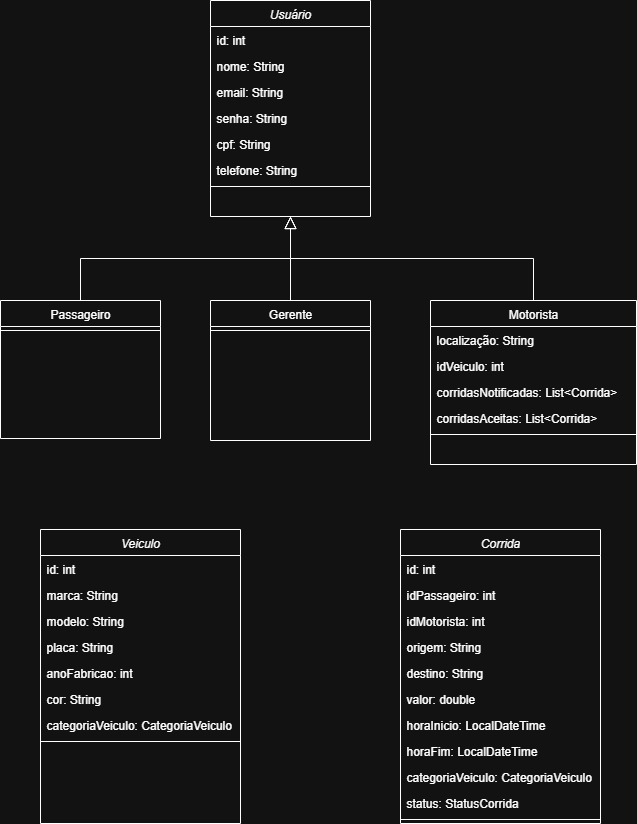
Earlier version of the draw.io export documentação/DiagramaClasse.drawio.png (LucasnProg/UberPB). Source tidied: cells renumbered, new cells last; positions are measured from the earlier drawing's top-left corner, leaving out a move shared by most shapes.
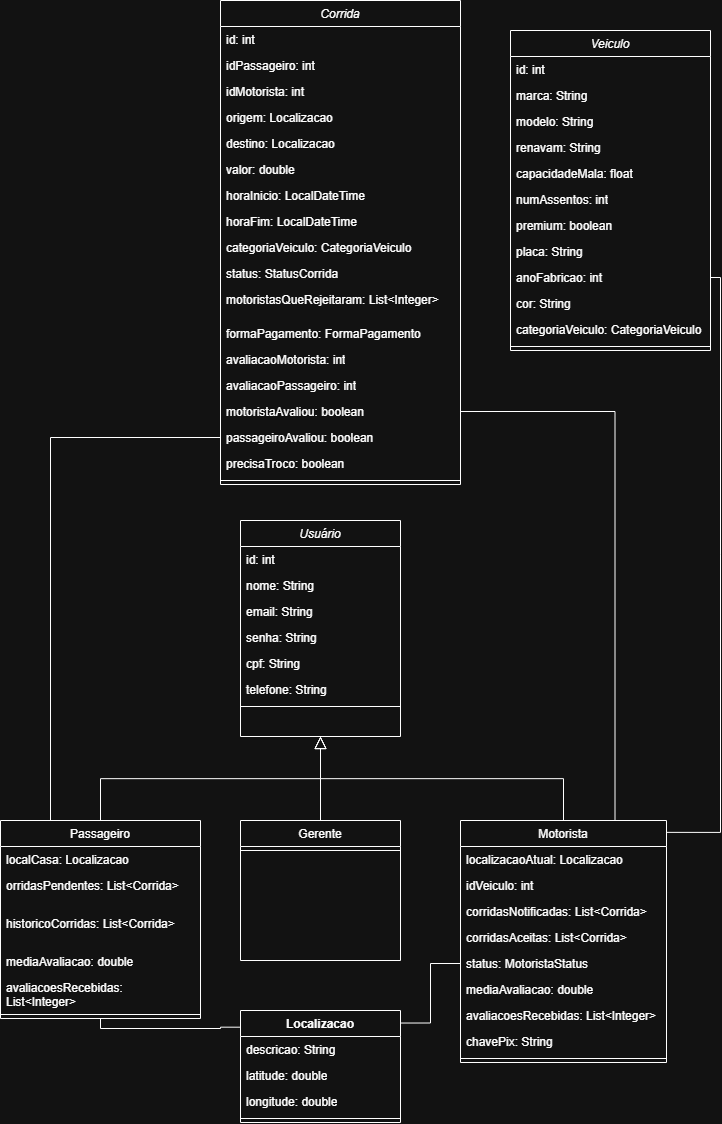
The same file after the commit.

What changed in the source:
```diff
@@ -3,7 +3,7 @@
     <mxCell id="0" />
     <mxCell id="1" parent="0" />
     <mxCell id="2" value="Usuário" style="swimlane;fontStyle=2;align=center;verticalAlign=top;horizontal=1;startSize=26;rounded=0;shadow=0;strokeWidth=1;" parent="1" vertex="1">
-      <mxGeometry x="210" width="160" height="216" as="geometry" />
+      <mxGeometry x="210" y="439" width="160" height="216" as="geometry" />
     </mxCell>
     <mxCell id="3" value="id: int" style="text;align=left;verticalAlign=top;spacingLeft=4;spacingRight=4;overflow=hidden;" parent="2" vertex="1">
       <mxGeometry y="26" width="160" height="26" as="geometry" />
@@ -27,18 +27,33 @@
       <mxGeometry y="182" width="160" height="8" as="geometry" />
     </mxCell>
     <mxCell id="10" value="Passageiro" style="swimlane;fontStyle=0;align=center;verticalAlign=top;horizontal=1;startSize=26;rounded=0;shadow=0;strokeWidth=1;" parent="1" vertex="1">
-      <mxGeometry y="300" width="160" height="138" as="geometry" />
+      <mxGeometry x="-30" y="739" width="200" height="198" as="geometry" />
     </mxCell>
+    <mxCell id="44" value="localCasa: Localizacao" style="text;strokeColor=none;fillColor=none;align=left;verticalAlign=top;spacingLeft=4;spacingRight=4;overflow=hidden;whiteSpace=wrap;html=1;" parent="10" vertex="1">
+      <mxGeometry y="26" width="200" height="26" as="geometry" />
+    </mxCell>
+    <mxCell id="45" value="orridasPendentes: List&amp;lt;Corrida&amp;gt;" style="text;strokeColor=none;fillColor=none;align=left;verticalAlign=top;spacingLeft=4;spacingRight=4;overflow=hidden;whiteSpace=wrap;html=1;" parent="10" vertex="1">
+      <mxGeometry y="52" width="200" height="38" as="geometry" />
+    </mxCell>
+    <mxCell id="46" value="historicoCorridas: List&amp;lt;Corrida&amp;gt;&lt;div&gt;&lt;br&gt;&lt;/div&gt;" style="text;strokeColor=none;fillColor=none;align=left;verticalAlign=top;spacingLeft=4;spacingRight=4;overflow=hidden;whiteSpace=wrap;html=1;" parent="10" vertex="1">
+      <mxGeometry y="90" width="200" height="38" as="geometry" />
+    </mxCell>
+    <mxCell id="47" value="mediaAvaliacao: double" style="text;strokeColor=none;fillColor=none;align=left;verticalAlign=top;spacingLeft=4;spacingRight=4;overflow=hidden;whiteSpace=wrap;html=1;" parent="10" vertex="1">
+      <mxGeometry y="128" width="200" height="26" as="geometry" />
+    </mxCell>
+    <mxCell id="48" value="avaliacoesRecebidas: List&amp;lt;Integer&amp;gt;" style="text;strokeColor=none;fillColor=none;align=left;verticalAlign=top;spacingLeft=4;spacingRight=4;overflow=hidden;whiteSpace=wrap;html=1;" parent="10" vertex="1">
+      <mxGeometry y="154" width="200" height="36" as="geometry" />
+    </mxCell>
     <mxCell id="11" style="line;html=1;strokeWidth=1;align=left;verticalAlign=middle;spacingTop=-1;spacingLeft=3;spacingRight=3;labelPosition=right;" parent="10" vertex="1">
-      <mxGeometry y="26" width="160" height="8" as="geometry" />
+      <mxGeometry y="190" width="200" height="8" as="geometry" />
     </mxCell>
     <mxCell id="12" style="endArrow=block;endSize=10;endFill=0;shadow=0;strokeWidth=1;rounded=0;curved=0;edgeStyle=elbowEdgeStyle;elbow=vertical;" parent="1" edge="1" source="10" target="2">
       <mxGeometry relative="1" as="geometry" />
     </mxCell>
     <mxCell id="13" value="Motorista" style="swimlane;fontStyle=0;align=center;verticalAlign=top;horizontal=1;startSize=26;rounded=0;shadow=0;strokeWidth=1;" parent="1" vertex="1">
-      <mxGeometry x="430" y="300" width="206" height="164" as="geometry" />
+      <mxGeometry x="430" y="739" width="206" height="242" as="geometry" />
     </mxCell>
-    <mxCell id="14" value="localização: String" style="text;align=left;verticalAlign=top;spacingLeft=4;spacingRight=4;overflow=hidden;" parent="13" vertex="1">
+    <mxCell id="14" value="localizacaoAtual: Localizacao" style="text;align=left;verticalAlign=top;spacingLeft=4;spacingRight=4;overflow=hidden;" parent="13" vertex="1">
       <mxGeometry y="26" width="206" height="26" as="geometry" />
     </mxCell>
     <mxCell id="15" value="idVeiculo: int" style="text;align=left;verticalAlign=top;spacingLeft=4;spacingRight=4;overflow=hidden;" parent="13" vertex="1">
@@ -50,14 +65,26 @@
     <mxCell id="17" value="corridasAceitas: List&lt;Corrida&gt;" style="text;align=left;verticalAlign=top;spacingLeft=4;spacingRight=4;overflow=hidden;" parent="13" vertex="1">
       <mxGeometry y="104" width="206" height="26" as="geometry" />
     </mxCell>
+    <mxCell id="49" value="status: MotoristaStatus" style="text;strokeColor=none;fillColor=none;align=left;verticalAlign=top;spacingLeft=4;spacingRight=4;overflow=hidden;points=[[0,0.5],[1,0.5]];portConstraint=eastwest;whiteSpace=wrap;html=1;" parent="13" vertex="1">
+      <mxGeometry y="130" width="206" height="26" as="geometry" />
+    </mxCell>
+    <mxCell id="50" value="mediaAvaliacao: double" style="text;strokeColor=none;fillColor=none;align=left;verticalAlign=top;spacingLeft=4;spacingRight=4;overflow=hidden;whiteSpace=wrap;html=1;" parent="13" vertex="1">
+      <mxGeometry y="156" width="206" height="26" as="geometry" />
+    </mxCell>
+    <mxCell id="51" value="avaliacoesRecebidas: List&amp;lt;Integer&amp;gt;" style="text;strokeColor=none;fillColor=none;align=left;verticalAlign=top;spacingLeft=4;spacingRight=4;overflow=hidden;whiteSpace=wrap;html=1;" parent="13" vertex="1">
+      <mxGeometry y="182" width="206" height="26" as="geometry" />
+    </mxCell>
+    <mxCell id="52" value="chavePix: String" style="text;strokeColor=none;fillColor=none;align=left;verticalAlign=top;spacingLeft=4;spacingRight=4;overflow=hidden;whiteSpace=wrap;html=1;" parent="13" vertex="1">
+      <mxGeometry y="208" width="206" height="26" as="geometry" />
+    </mxCell>
     <mxCell id="18" style="line;html=1;strokeWidth=1;align=left;verticalAlign=middle;spacingTop=-1;spacingLeft=3;spacingRight=3;labelPosition=right;" parent="13" vertex="1">
-      <mxGeometry y="130" width="206" height="8" as="geometry" />
+      <mxGeometry y="234" width="206" height="8" as="geometry" />
     </mxCell>
     <mxCell id="19" style="endArrow=block;endSize=10;endFill=0;shadow=0;strokeWidth=1;rounded=0;curved=0;edgeStyle=elbowEdgeStyle;elbow=vertical;" parent="1" edge="1" source="13" target="2">
       <mxGeometry relative="1" as="geometry" />
     </mxCell>
     <mxCell id="20" value="Gerente" style="swimlane;fontStyle=0;align=center;verticalAlign=top;horizontal=1;startSize=26;rounded=0;shadow=0;strokeWidth=1;" parent="1" vertex="1">
-      <mxGeometry x="210" y="300" width="160" height="140" as="geometry" />
+      <mxGeometry x="210" y="739" width="160" height="140" as="geometry" />
     </mxCell>
     <mxCell id="21" style="line;html=1;strokeWidth=1;align=left;verticalAlign=middle;spacingTop=-1;spacingLeft=3;spacingRight=3;labelPosition=right;" parent="20" vertex="1">
       <mxGeometry y="26" width="160" height="8" as="geometry" />
@@ -66,43 +93,64 @@
       <mxGeometry relative="1" as="geometry" />
     </mxCell>
     <mxCell id="23" value="Corrida" style="swimlane;fontStyle=2;align=center;verticalAlign=top;horizontal=1;startSize=26;rounded=0;shadow=0;strokeWidth=1;" parent="1" vertex="1">
-      <mxGeometry x="400" y="529" width="200" height="294" as="geometry" />
+      <mxGeometry x="190" y="-81" width="240" height="484" as="geometry" />
     </mxCell>
     <mxCell id="24" value="id: int" style="text;align=left;verticalAlign=top;spacingLeft=4;spacingRight=4;overflow=hidden;" parent="23" vertex="1">
-      <mxGeometry y="26" width="200" height="26" as="geometry" />
+      <mxGeometry y="26" width="240" height="26" as="geometry" />
     </mxCell>
     <mxCell id="25" value="idPassageiro: int" style="text;align=left;verticalAlign=top;spacingLeft=4;spacingRight=4;overflow=hidden;rounded=0;shadow=0;html=0;" parent="23" vertex="1">
-      <mxGeometry y="52" width="200" height="26" as="geometry" />
+      <mxGeometry y="52" width="240" height="26" as="geometry" />
     </mxCell>
     <mxCell id="26" value="idMotorista: int" style="text;align=left;verticalAlign=top;spacingLeft=4;spacingRight=4;overflow=hidden;rounded=0;shadow=0;html=0;" parent="23" vertex="1">
-      <mxGeometry y="78" width="200" height="26" as="geometry" />
+      <mxGeometry y="78" width="240" height="26" as="geometry" />
     </mxCell>
-    <mxCell id="27" value="origem: String" style="text;align=left;verticalAlign=top;spacingLeft=4;spacingRight=4;overflow=hidden;rounded=0;shadow=0;html=0;" parent="23" vertex="1">
-      <mxGeometry y="104" width="200" height="26" as="geometry" />
+    <mxCell id="27" value="origem: Localizacao" style="text;align=left;verticalAlign=top;spacingLeft=4;spacingRight=4;overflow=hidden;rounded=0;shadow=0;html=0;" parent="23" vertex="1">
+      <mxGeometry y="104" width="240" height="26" as="geometry" />
     </mxCell>
-    <mxCell id="28" value="destino: String" style="text;align=left;verticalAlign=top;spacingLeft=4;spacingRight=4;overflow=hidden;rounded=0;shadow=0;html=0;" parent="23" vertex="1">
-      <mxGeometry y="130" width="200" height="26" as="geometry" />
+    <mxCell id="28" value="destino: Localizacao" style="text;align=left;verticalAlign=top;spacingLeft=4;spacingRight=4;overflow=hidden;rounded=0;shadow=0;html=0;" parent="23" vertex="1">
+      <mxGeometry y="130" width="240" height="26" as="geometry" />
     </mxCell>
     <mxCell id="29" value="valor: double" style="text;align=left;verticalAlign=top;spacingLeft=4;spacingRight=4;overflow=hidden;rounded=0;shadow=0;html=0;" parent="23" vertex="1">
-      <mxGeometry y="156" width="200" height="26" as="geometry" />
+      <mxGeometry y="156" width="240" height="26" as="geometry" />
     </mxCell>
     <mxCell id="30" value="horaInicio: LocalDateTime" style="text;align=left;verticalAlign=top;spacingLeft=4;spacingRight=4;overflow=hidden;rounded=0;shadow=0;html=0;" parent="23" vertex="1">
-      <mxGeometry y="182" width="200" height="26" as="geometry" />
+      <mxGeometry y="182" width="240" height="26" as="geometry" />
     </mxCell>
     <mxCell id="31" value="horaFim: LocalDateTime" style="text;align=left;verticalAlign=top;spacingLeft=4;spacingRight=4;overflow=hidden;rounded=0;shadow=0;html=0;" parent="23" vertex="1">
-      <mxGeometry y="208" width="200" height="26" as="geometry" />
+      <mxGeometry y="208" width="240" height="26" as="geometry" />
     </mxCell>
     <mxCell id="32" value="categoriaVeiculo: CategoriaVeiculo" style="text;align=left;verticalAlign=top;spacingLeft=4;spacingRight=4;overflow=hidden;rounded=0;shadow=0;html=0;" parent="23" vertex="1">
-      <mxGeometry y="234" width="200" height="26" as="geometry" />
+      <mxGeometry y="234" width="240" height="26" as="geometry" />
     </mxCell>
     <mxCell id="33" value="status: StatusCorrida" style="text;align=left;verticalAlign=top;spacingLeft=4;spacingRight=4;overflow=hidden;rounded=0;shadow=0;html=0;" parent="23" vertex="1">
-      <mxGeometry y="260" width="200" height="26" as="geometry" />
+      <mxGeometry y="260" width="240" height="26" as="geometry" />
     </mxCell>
+    <mxCell id="53" value="motoristasQueRejeitaram: List&amp;lt;Integer&amp;gt;" style="text;strokeColor=none;fillColor=none;align=left;verticalAlign=top;spacingLeft=4;spacingRight=4;overflow=hidden;whiteSpace=wrap;html=1;" parent="23" vertex="1">
+      <mxGeometry y="286" width="240" height="34" as="geometry" />
+    </mxCell>
+    <mxCell id="54" value="formaPagamento: FormaPagamento" style="text;strokeColor=none;fillColor=none;align=left;verticalAlign=top;spacingLeft=4;spacingRight=4;overflow=hidden;whiteSpace=wrap;html=1;" parent="23" vertex="1">
+      <mxGeometry y="320" width="240" height="26" as="geometry" />
+    </mxCell>
+    <mxCell id="55" value="avaliacaoMotorista: int" style="text;strokeColor=none;fillColor=none;align=left;verticalAlign=top;spacingLeft=4;spacingRight=4;overflow=hidden;whiteSpace=wrap;html=1;" parent="23" vertex="1">
+      <mxGeometry y="346" width="240" height="26" as="geometry" />
+    </mxCell>
+    <mxCell id="56" value="avaliacaoPassageiro: int" style="text;strokeColor=none;fillColor=none;align=left;verticalAlign=top;spacingLeft=4;spacingRight=4;overflow=hidden;whiteSpace=wrap;html=1;" parent="23" vertex="1">
+      <mxGeometry y="372" width="240" height="26" as="geometry" />
+    </mxCell>
+    <mxCell id="57" value="motoristaAvaliou: boolean" style="text;strokeColor=none;fillColor=none;align=left;verticalAlign=top;spacingLeft=4;spacingRight=4;overflow=hidden;points=[[0,0.5],[1,0.5]];portConstraint=eastwest;whiteSpace=wrap;html=1;" parent="23" vertex="1">
+      <mxGeometry y="398" width="240" height="26" as="geometry" />
+    </mxCell>
+    <mxCell id="58" value="passageiroAvaliou: boolean" style="text;strokeColor=none;fillColor=none;align=left;verticalAlign=top;spacingLeft=4;spacingRight=4;overflow=hidden;points=[[0,0.5],[1,0.5]];portConstraint=eastwest;whiteSpace=wrap;html=1;" parent="23" vertex="1">
+      <mxGeometry y="424" width="240" height="26" as="geometry" />
+    </mxCell>
+    <mxCell id="59" value="precisaTroco: boolean" style="text;strokeColor=none;fillColor=none;align=left;verticalAlign=top;spacingLeft=4;spacingRight=4;overflow=hidden;whiteSpace=wrap;html=1;" parent="23" vertex="1">
+      <mxGeometry y="450" width="240" height="26" as="geometry" />
+    </mxCell>
     <mxCell id="34" style="line;html=1;strokeWidth=1;align=left;verticalAlign=middle;spacingTop=-1;spacingLeft=3;spacingRight=3;labelPosition=right;" parent="23" vertex="1">
-      <mxGeometry y="286" width="200" height="8" as="geometry" />
+      <mxGeometry y="476" width="240" height="8" as="geometry" />
     </mxCell>
     <mxCell id="35" value="Veiculo" style="swimlane;fontStyle=2;align=center;verticalAlign=top;horizontal=1;startSize=26;rounded=0;shadow=0;strokeWidth=1;" parent="1" vertex="1">
-      <mxGeometry x="40" y="529" width="200" height="294" as="geometry" />
+      <mxGeometry x="480" y="-51" width="200" height="320" as="geometry" />
     </mxCell>
     <mxCell id="36" value="id: int" style="text;align=left;verticalAlign=top;spacingLeft=4;spacingRight=4;overflow=hidden;" parent="35" vertex="1">
       <mxGeometry y="26" width="200" height="26" as="geometry" />
@@ -113,20 +161,62 @@
     <mxCell id="38" value="modelo: String" style="text;align=left;verticalAlign=top;spacingLeft=4;spacingRight=4;overflow=hidden;rounded=0;shadow=0;html=0;" parent="35" vertex="1">
       <mxGeometry y="78" width="200" height="26" as="geometry" />
     </mxCell>
+    <mxCell id="60" value="renavam: String" style="text;strokeColor=none;fillColor=none;align=left;verticalAlign=top;spacingLeft=4;spacingRight=4;overflow=hidden;whiteSpace=wrap;html=1;" parent="35" vertex="1">
+      <mxGeometry y="104" width="200" height="26" as="geometry" />
+    </mxCell>
+    <mxCell id="61" value="capacidadeMala: float" style="text;strokeColor=none;fillColor=none;align=left;verticalAlign=top;spacingLeft=4;spacingRight=4;overflow=hidden;whiteSpace=wrap;html=1;" parent="35" vertex="1">
+      <mxGeometry y="130" width="200" height="26" as="geometry" />
+    </mxCell>
+    <mxCell id="62" value="numAssentos: int" style="text;strokeColor=none;fillColor=none;align=left;verticalAlign=top;spacingLeft=4;spacingRight=4;overflow=hidden;whiteSpace=wrap;html=1;" parent="35" vertex="1">
+      <mxGeometry y="156" width="200" height="26" as="geometry" />
+    </mxCell>
+    <mxCell id="63" value="premium: boolean" style="text;strokeColor=none;fillColor=none;align=left;verticalAlign=top;spacingLeft=4;spacingRight=4;overflow=hidden;whiteSpace=wrap;html=1;" parent="35" vertex="1">
+      <mxGeometry y="182" width="200" height="26" as="geometry" />
+    </mxCell>
     <mxCell id="39" value="placa: String" style="text;align=left;verticalAlign=top;spacingLeft=4;spacingRight=4;overflow=hidden;rounded=0;shadow=0;html=0;" parent="35" vertex="1">
-      <mxGeometry y="104" width="200" height="26" as="geometry" />
+      <mxGeometry y="208" width="200" height="26" as="geometry" />
     </mxCell>
     <mxCell id="40" value="anoFabricao: int" style="text;align=left;verticalAlign=top;spacingLeft=4;spacingRight=4;overflow=hidden;points=[[0,0.5],[1,0.5]];portConstraint=eastwest;rounded=0;shadow=0;html=0;" parent="35" vertex="1">
-      <mxGeometry y="130" width="200" height="26" as="geometry" />
+      <mxGeometry y="234" width="200" height="26" as="geometry" />
     </mxCell>
     <mxCell id="41" value="cor: String" style="text;align=left;verticalAlign=top;spacingLeft=4;spacingRight=4;overflow=hidden;rounded=0;shadow=0;html=0;" parent="35" vertex="1">
-      <mxGeometry y="156" width="200" height="26" as="geometry" />
+      <mxGeometry y="260" width="200" height="26" as="geometry" />
     </mxCell>
     <mxCell id="42" value="categoriaVeiculo: CategoriaVeiculo" style="text;align=left;verticalAlign=top;spacingLeft=4;spacingRight=4;overflow=hidden;rounded=0;shadow=0;html=0;" parent="35" vertex="1">
-      <mxGeometry y="182" width="200" height="26" as="geometry" />
+      <mxGeometry y="286" width="200" height="26" as="geometry" />
     </mxCell>
     <mxCell id="43" style="line;html=1;strokeWidth=1;align=left;verticalAlign=middle;spacingTop=-1;spacingLeft=3;spacingRight=3;labelPosition=right;" parent="35" vertex="1">
-      <mxGeometry y="208" width="200" height="8" as="geometry" />
+      <mxGeometry y="312" width="200" height="8" as="geometry" />
     </mxCell>
+    <mxCell id="64" value="Localizacao" style="swimlane;fontStyle=1;align=center;verticalAlign=top;horizontal=1;startSize=26;whiteSpace=wrap;html=1;" parent="1" vertex="1">
+      <mxGeometry x="210" y="929" width="160" height="112" as="geometry" />
+    </mxCell>
+    <mxCell id="65" value="descricao: String" style="text;strokeColor=none;fillColor=none;align=left;verticalAlign=top;spacingLeft=4;spacingRight=4;overflow=hidden;whiteSpace=wrap;html=1;" parent="64" vertex="1">
+      <mxGeometry y="26" width="160" height="26" as="geometry" />
+    </mxCell>
+    <mxCell id="66" value="latitude: double" style="text;strokeColor=none;fillColor=none;align=left;verticalAlign=top;spacingLeft=4;spacingRight=4;overflow=hidden;whiteSpace=wrap;html=1;" parent="64" vertex="1">
+      <mxGeometry y="52" width="160" height="26" as="geometry" />
+    </mxCell>
+    <mxCell id="67" value="longitude: double" style="text;strokeColor=none;fillColor=none;align=left;verticalAlign=top;spacingLeft=4;spacingRight=4;overflow=hidden;whiteSpace=wrap;html=1;" parent="64" vertex="1">
+      <mxGeometry y="78" width="160" height="26" as="geometry" />
+    </mxCell>
+    <mxCell id="68" style="line;strokeWidth=1;fillColor=none;align=left;verticalAlign=middle;spacingTop=-1;spacingLeft=3;spacingRight=3;labelPosition=right;strokeColor=inherit;" parent="64" vertex="1">
+      <mxGeometry y="104" width="160" height="8" as="geometry" />
+    </mxCell>
+    <mxCell id="69" style="endArrow=none;html=1;edgeStyle=orthogonalEdgeStyle;rounded=0;entryX=0.75;entryY=0;entryDx=0;entryDy=0;exitX=1;exitY=0.5;exitDx=0;exitDy=0;" parent="1" edge="1" source="57" target="13">
+      <mxGeometry relative="1" as="geometry" />
+    </mxCell>
+    <mxCell id="70" style="endArrow=none;html=1;edgeStyle=orthogonalEdgeStyle;rounded=0;entryX=0.25;entryY=0;entryDx=0;entryDy=0;exitX=0;exitY=0.5;exitDx=0;exitDy=0;" parent="1" edge="1" source="58" target="10">
+      <mxGeometry relative="1" as="geometry" />
+    </mxCell>
+    <mxCell id="71" style="endArrow=none;html=1;edgeStyle=orthogonalEdgeStyle;rounded=0;entryX=-0.001;entryY=0.149;entryDx=0;entryDy=0;exitX=0.5;exitY=1;exitDx=0;exitDy=0;entryPerimeter=0;" parent="1" edge="1" source="10" target="64">
+      <mxGeometry relative="1" as="geometry" />
+    </mxCell>
+    <mxCell id="72" style="endArrow=none;html=1;edgeStyle=orthogonalEdgeStyle;rounded=0;entryX=0;entryY=0.5;entryDx=0;entryDy=0;exitX=0.999;exitY=0.112;exitDx=0;exitDy=0;exitPerimeter=0;" parent="1" edge="1" source="64" target="49">
+      <mxGeometry relative="1" as="geometry" />
+    </mxCell>
+    <mxCell id="73" style="endArrow=none;html=1;edgeStyle=orthogonalEdgeStyle;rounded=0;entryX=0.999;entryY=0.049;entryDx=0;entryDy=0;exitX=1;exitY=0.5;exitDx=0;exitDy=0;entryPerimeter=0;" parent="1" edge="1" source="40" target="13">
+      <mxGeometry relative="1" as="geometry" />
+    </mxCell>
   </root>
 </mxGraphModel>
```
